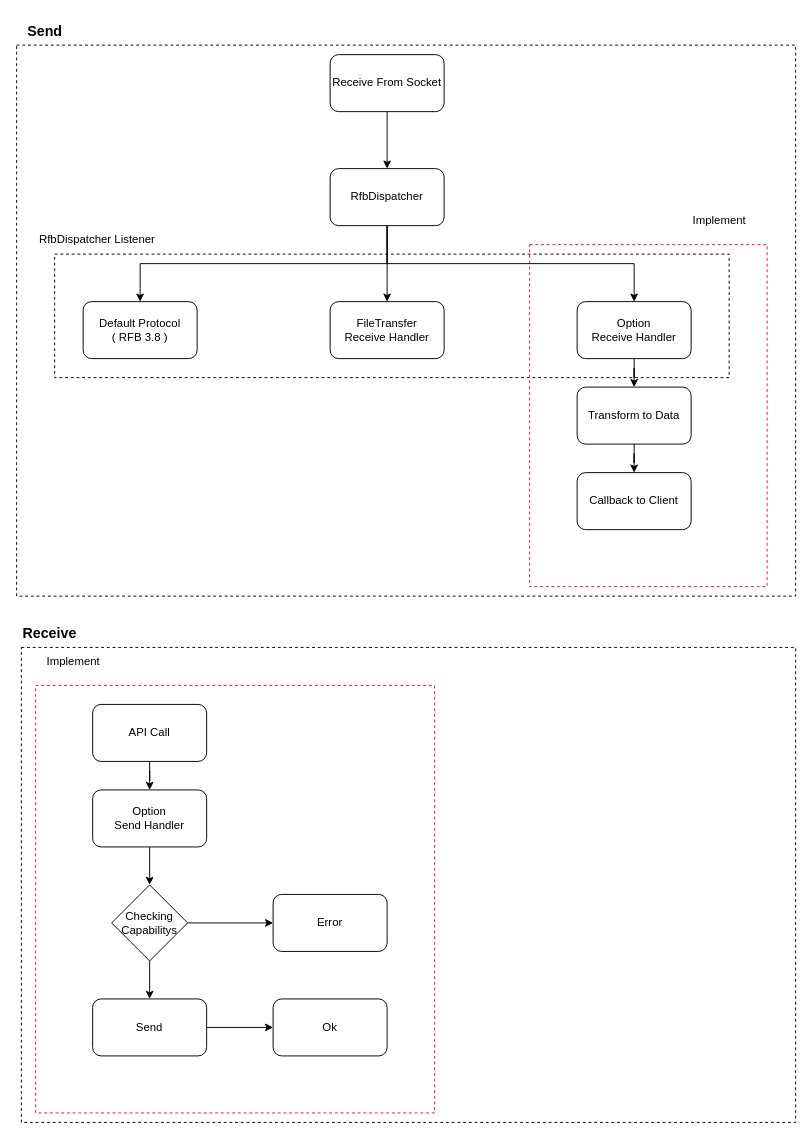
rhkdguskim/Study keeps this draw.io diagram as UML/mirero/SwRcs.drawio. Above is the earlier version. Source tidied: cells renumbered, new cells numbered last; positions are measured from the earlier drawing's top-left corner, leaving out a move shared by most shapes. Both pictures are drawn from the tidied source at 95%, with x=0, y=0 at pixel (16, 16).
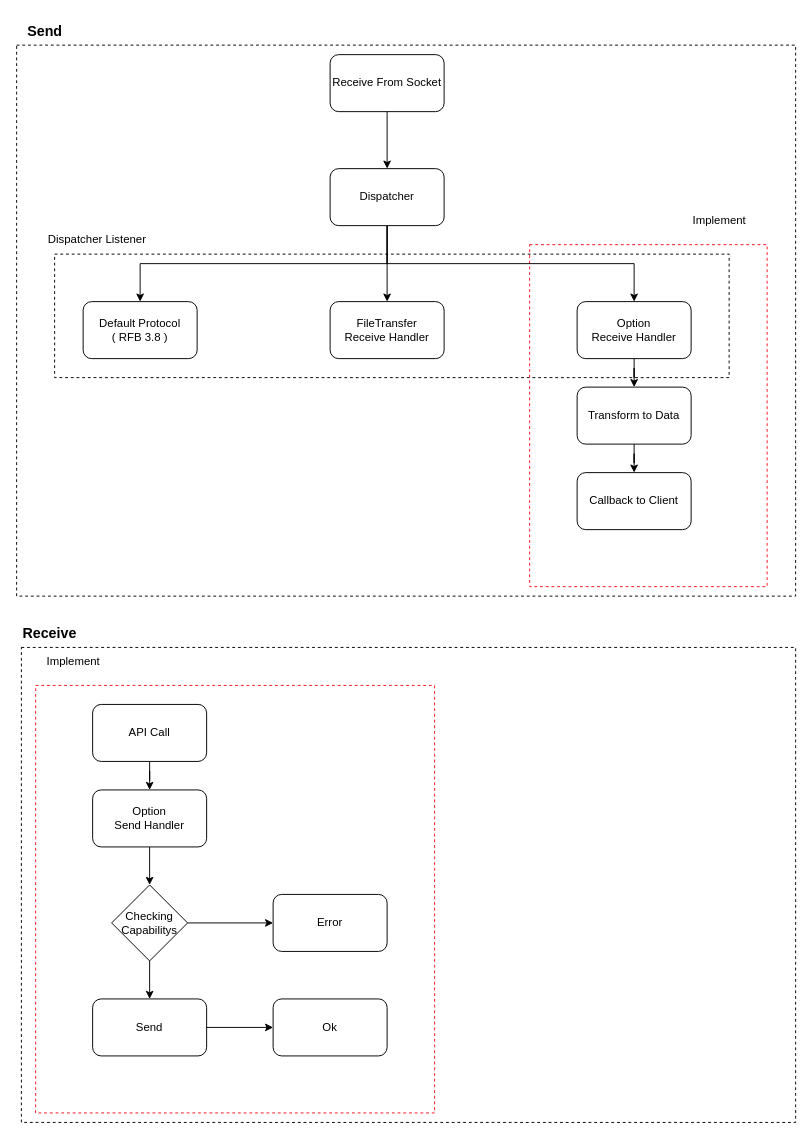
Above is the later version.

Change to the diagram source:
```diff
@@
-    <mxCell id="12" value="RfbDispatcher" style="rounded=1;whiteSpace=wrap;html=1;" parent="1" vertex="1">
+    <mxCell id="12" value="Dispatcher" style="rounded=1;whiteSpace=wrap;html=1;" parent="1" vertex="1">
       <mxGeometry x="330" y="160" width="120" height="60" as="geometry" />
     </mxCell>
@@
-    <mxCell id="20" value="RfbDispatcher Listener" style="text;html=1;align=center;verticalAlign=middle;whiteSpace=wrap;rounded=0;" parent="1" vertex="1">
+    <mxCell id="20" value="Dispatcher Listener" style="text;html=1;align=center;verticalAlign=middle;whiteSpace=wrap;rounded=0;" parent="1" vertex="1">
       <mxGeometry x="20" y="220" width="130" height="30" as="geometry" />
     </mxCell>
```
